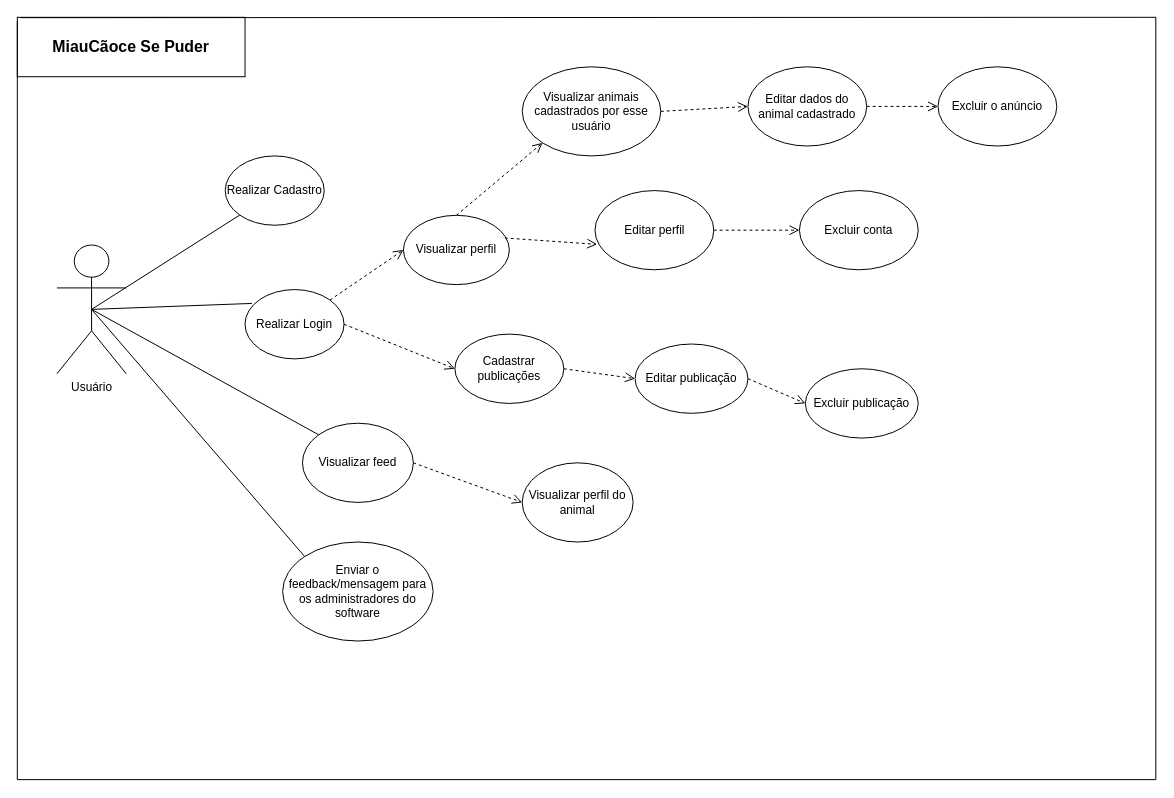
This is documentation/MiauCãoce se Puder.drawio from cristianprochnow/MiaucaoceSePuder, a draw.io file, before an edit. Source tidied: cells renumbered, new cells numbered last; positions are measured from the earlier drawing's top-left corner, leaving out a move shared by most shapes. Both pictures are drawn from the tidied source at 99%, with x=0, y=0 at pixel (17, 17).
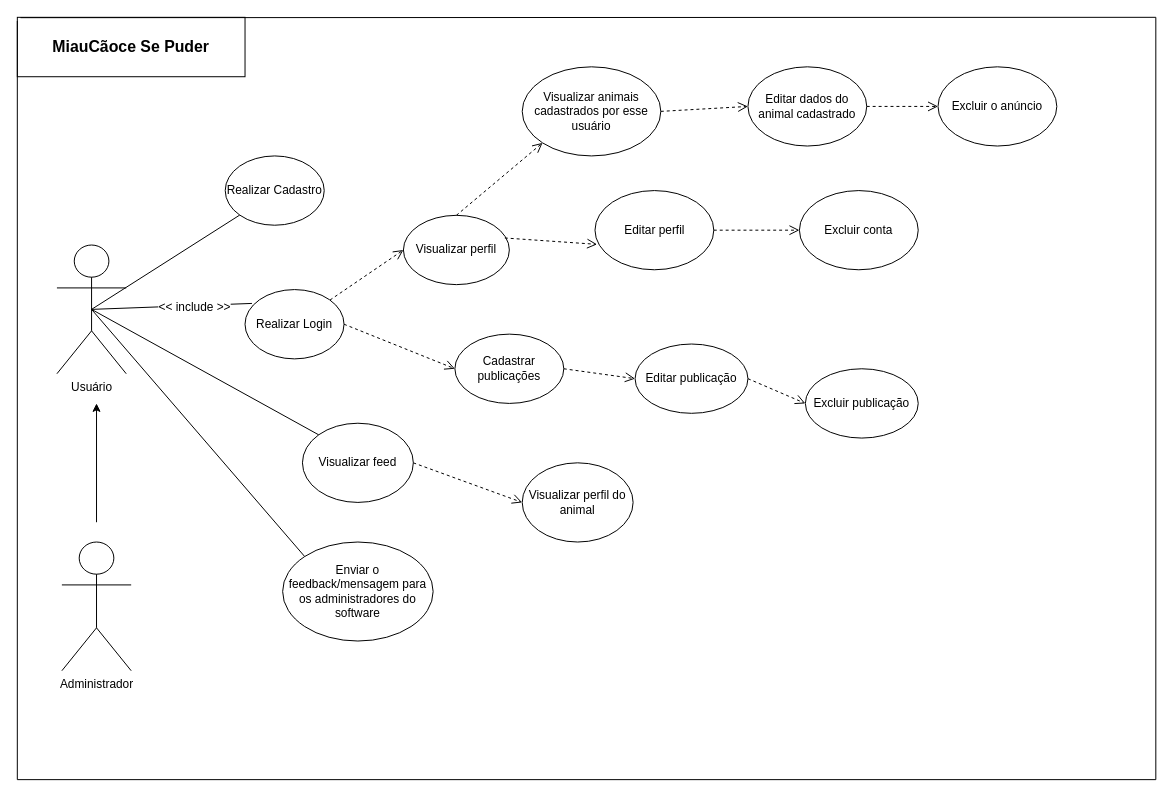
The same diagram, later.

The change refers to these unchanged cells:
```xml
<mxCell id="8" style="endArrow=none;html=1;entryX=0.07;entryY=0.2;entryDx=0;entryDy=0;entryPerimeter=0;exitX=0.5;exitY=0.5;exitDx=0;exitDy=0;exitPerimeter=0;" parent="1" edge="1" source="2" target="7">
  <mxGeometry relative="1" as="geometry" />
</mxCell>
```

What changed in the source:
```diff
@@
+    <mxCell id="38" value="&amp;lt;&amp;lt; include &amp;gt;&amp;gt;" style="text;html=1;align=center;verticalAlign=middle;labelBackgroundColor=#ffffff;" parent="8" vertex="1">
+      <mxGeometry x="0.28" y="-1" relative="1" as="geometry" />
+    </mxCell>
@@
+    <mxCell id="39" value="Administrador" style="shape=umlActor;verticalLabelPosition=bottom;labelBackgroundColor=#ffffff;verticalAlign=top;html=1;" parent="1" vertex="1">
+      <mxGeometry x="45" y="530" width="70" height="130" as="geometry" />
+    </mxCell>
+    <mxCell id="40" style="endArrow=classic;html=1;" parent="1" edge="1">
+      <mxGeometry relative="1" as="geometry">
+        <mxPoint x="80" y="510" as="sourcePoint" />
+        <mxPoint x="80" y="390" as="targetPoint" />
+      </mxGeometry>
+    </mxCell>
```
